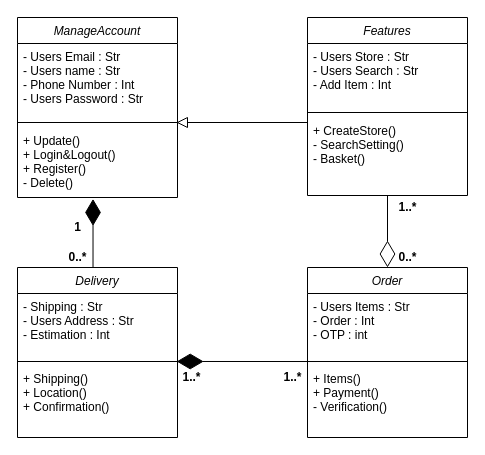
Before: classdiagram.drawio in ROSYIDAN/flow-chart, a draw.io diagram. Source tidied: cells renumbered, new cells numbered last; positions are measured from the earlier drawing's top-left corner, leaving out a move shared by most shapes. Both pictures are drawn from the tidied source at 100%, with x=0, y=0 at pixel (17, 17).
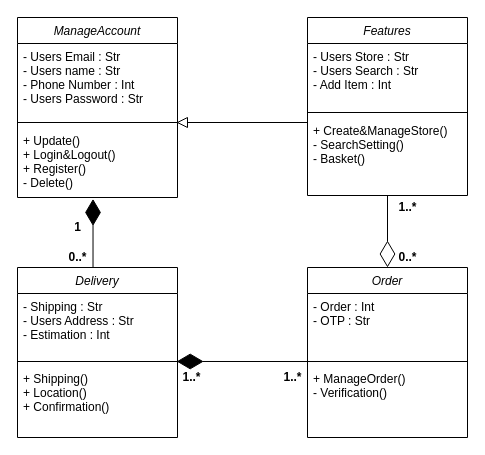
The same diagram, later.

Unchanged cells that the change refers to:
```xml
<mxCell id="6" value="Features" style="swimlane;fontStyle=2;align=center;verticalAlign=top;horizontal=1;startSize=26;rounded=0;shadow=0;strokeWidth=1;" parent="1" vertex="1">
  <mxGeometry x="290" width="160" height="178" as="geometry" />
</mxCell>
<mxCell id="11" value="Order" style="swimlane;fontStyle=2;align=center;verticalAlign=top;horizontal=1;startSize=26;rounded=0;shadow=0;strokeWidth=1;" parent="1" vertex="1">
  <mxGeometry x="290" y="250" width="160" height="170" as="geometry" />
</mxCell>
```

What changed in the source:
```diff
@@
-    <mxCell id="9" value="+ CreateStore()&#10;- SearchSetting()&#10;- Basket()" style="text;align=left;verticalAlign=top;spacingLeft=4;spacingRight=4;overflow=hidden;" parent="6" vertex="1">
+    <mxCell id="9" value="+ Create&amp;ManageStore()&#10;- SearchSetting()&#10;- Basket()" style="text;align=left;verticalAlign=top;spacingLeft=4;spacingRight=4;overflow=hidden;" parent="6" vertex="1">
       <mxGeometry y="100" width="160" height="58" as="geometry" />
     </mxCell>
@@
-    <mxCell id="12" value="- Users Items : Str&#10;- Order : Int&#10;- OTP : int" style="text;align=left;verticalAlign=top;spacingLeft=4;spacingRight=4;overflow=hidden;" parent="11" vertex="1">
+    <mxCell id="12" value="- Order : Int&#10;- OTP : Str" style="text;align=left;verticalAlign=top;spacingLeft=4;spacingRight=4;overflow=hidden;" parent="11" vertex="1">
       <mxGeometry y="26" width="160" height="64" as="geometry" />
     </mxCell>
@@
-    <mxCell id="14" value="+ Items()&#10;+ Payment()&#10;- Verification()" style="text;align=left;verticalAlign=top;spacingLeft=4;spacingRight=4;overflow=hidden;" parent="11" vertex="1">
+    <mxCell id="14" value="+ ManageOrder()&#10;- Verification()" style="text;align=left;verticalAlign=top;spacingLeft=4;spacingRight=4;overflow=hidden;" parent="11" vertex="1">
       <mxGeometry y="98" width="160" height="58" as="geometry" />
     </mxCell>
```
